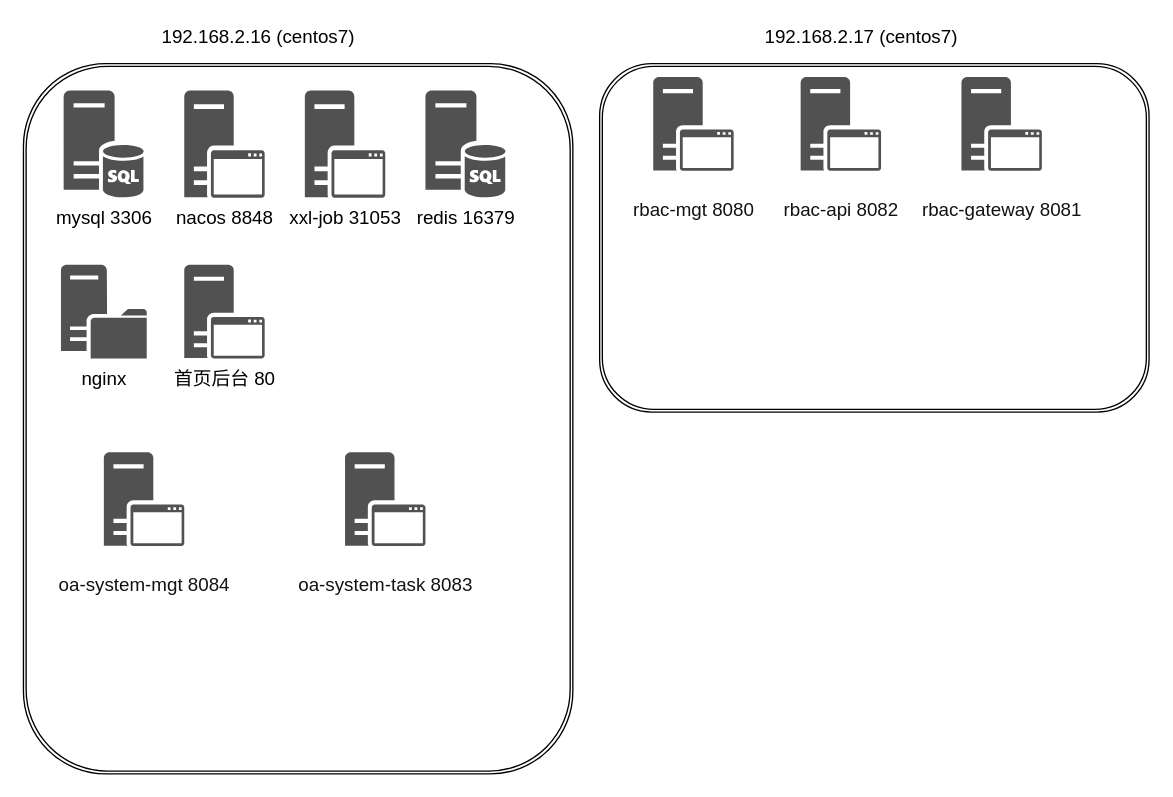
a2398936046/test keeps this draw.io diagram as 服务器部署情况.drawio. Above is the earlier version. Source tidied: cells renumbered, new cells numbered last; positions are measured from the earlier drawing's top-left corner, leaving out a move shared by most shapes. Both pictures are drawn from the tidied source at 134%, with x=0, y=0 at pixel (23, 23).
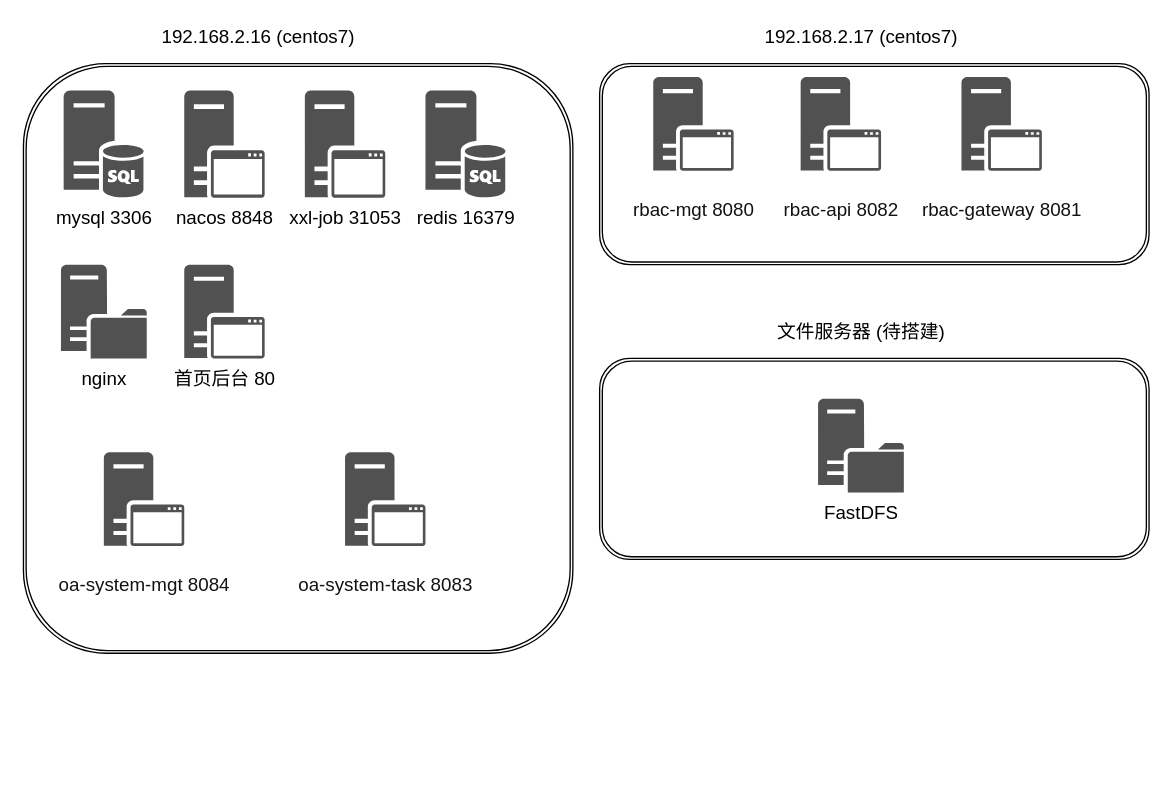
Above is the later version.

Commit message:
更新服务器部署情况.drawio

The edit, as a diff of the source:
```diff
@@
 <mxGraphModel>
   <root>
     <mxCell id="0" />
     <mxCell id="1" parent="0" />
     <mxCell id="2" style="shape=ext;double=1;rounded=1;whiteSpace=wrap;html=1;" parent="1" vertex="1">
-      <mxGeometry y="30" width="410" height="530" as="geometry" />
+      <mxGeometry y="30" width="410" height="440" as="geometry" />
     </mxCell>
     <mxCell id="3" value="&lt;font style=&quot;font-size: 14px;&quot;&gt;192.168.2.16 (centos7)&lt;/font&gt;" style="text;html=1;align=center;verticalAlign=middle;strokeColor=none;fillColor=none;" parent="1" vertex="1">
       <mxGeometry x="95" width="160" height="20" as="geometry" />
     </mxCell>
     <mxCell id="4" value="&lt;font style=&quot;font-size: 14px;&quot;&gt;mysql 3306&lt;/font&gt;" style="sketch=0;shadow=0;dashed=0;html=1;strokeColor=none;labelPosition=center;verticalLabelPosition=bottom;verticalAlign=top;align=center;fillColor=#515151;shape=mxgraph.mscae.system_center.central_administration_site_sql;" parent="1" vertex="1">
       <mxGeometry x="30" y="50" width="60" height="80" as="geometry" />
     </mxCell>
     <mxCell id="5" value="nacos&amp;nbsp;8848" style="sketch=0;shadow=0;dashed=0;html=1;strokeColor=none;labelPosition=center;verticalLabelPosition=bottom;verticalAlign=top;align=center;fillColor=#515151;shape=mxgraph.mscae.system_center.secondary_site;fontSize=14;" parent="1" vertex="1">
       <mxGeometry x="120" y="50" width="60" height="80" as="geometry" />
     </mxCell>
     <mxCell id="6" value="xxl-job&amp;nbsp;31053" style="sketch=0;shadow=0;dashed=0;html=1;strokeColor=none;labelPosition=center;verticalLabelPosition=bottom;verticalAlign=top;align=center;fillColor=#515151;shape=mxgraph.mscae.system_center.secondary_site;fontSize=14;" parent="1" vertex="1">
       <mxGeometry x="210" y="50" width="60" height="80" as="geometry" />
     </mxCell>
     <mxCell id="7" value="&lt;font style=&quot;font-size: 14px;&quot;&gt;redis 16379&lt;/font&gt;" style="sketch=0;shadow=0;dashed=0;html=1;strokeColor=none;labelPosition=center;verticalLabelPosition=bottom;verticalAlign=top;align=center;fillColor=#515151;shape=mxgraph.mscae.system_center.central_administration_site_sql;" parent="1" vertex="1">
       <mxGeometry x="300" y="50" width="60" height="80" as="geometry" />
     </mxCell>
     <mxCell id="8" value="nginx" style="sketch=0;shadow=0;dashed=0;html=1;strokeColor=none;labelPosition=center;verticalLabelPosition=bottom;verticalAlign=top;align=center;fillColor=#515151;shape=mxgraph.mscae.system_center.distribution_point;fontSize=14;" parent="1" vertex="1">
       <mxGeometry x="28" y="180" width="64" height="70" as="geometry" />
     </mxCell>
     <mxCell id="9" value="首页后台 80" style="sketch=0;shadow=0;dashed=0;html=1;strokeColor=none;labelPosition=center;verticalLabelPosition=bottom;verticalAlign=top;align=center;fillColor=#515151;shape=mxgraph.mscae.system_center.secondary_site;fontSize=14;" parent="1" vertex="1">
       <mxGeometry x="120" y="180" width="60" height="70" as="geometry" />
     </mxCell>
     <mxCell id="10" style="shape=ext;double=1;rounded=1;whiteSpace=wrap;html=1;" parent="1" vertex="1">
-      <mxGeometry x="430" y="30" width="410" height="260" as="geometry" />
+      <mxGeometry x="430" y="30" width="410" height="150" as="geometry" />
     </mxCell>
     <mxCell id="11" value="192.168.2.17 (centos7)" style="text;html=1;align=center;verticalAlign=middle;strokeColor=none;fillColor=none;fontSize=14;" parent="1" vertex="1">
       <mxGeometry x="545" width="160" height="20" as="geometry" />
     </mxCell>
     <mxCell id="12" value="&lt;p class=&quot;MsoNormal&quot;&gt;&lt;span style=&quot;font-family: 微软雅黑; color: rgb(18, 18, 18); letter-spacing: 0pt; background: rgb(255, 255, 255);&quot;&gt;&lt;font style=&quot;font-size: 14px;&quot; face=&quot;微软雅黑&quot;&gt;rbac-mgt 8080&lt;/font&gt;&lt;/span&gt;&lt;/p&gt;" style="sketch=0;shadow=0;dashed=0;html=1;strokeColor=none;labelPosition=center;verticalLabelPosition=bottom;verticalAlign=top;align=center;fillColor=#515151;shape=mxgraph.mscae.system_center.secondary_site;fontSize=14;" parent="1" vertex="1">
       <mxGeometry x="470" y="40" width="60" height="70" as="geometry" />
     </mxCell>
     <mxCell id="13" value="&lt;p class=&quot;MsoNormal&quot;&gt;&lt;span style=&quot;font-family: 微软雅黑; color: rgb(18, 18, 18); letter-spacing: 0pt; background: rgb(255, 255, 255);&quot;&gt;&lt;font style=&quot;font-size: 14px;&quot; face=&quot;微软雅黑&quot;&gt;rbac-api 8082&lt;/font&gt;&lt;/span&gt;&lt;/p&gt;" style="sketch=0;shadow=0;dashed=0;html=1;strokeColor=none;labelPosition=center;verticalLabelPosition=bottom;verticalAlign=top;align=center;fillColor=#515151;shape=mxgraph.mscae.system_center.secondary_site;fontSize=14;" parent="1" vertex="1">
       <mxGeometry x="580" y="40" width="60" height="70" as="geometry" />
     </mxCell>
     <mxCell id="14" value="&lt;p class=&quot;MsoNormal&quot;&gt;&lt;span style=&quot;font-family: 微软雅黑; color: rgb(18, 18, 18); letter-spacing: 0pt; background: rgb(255, 255, 255);&quot;&gt;&lt;font style=&quot;font-size: 14px;&quot; face=&quot;微软雅黑&quot;&gt;rbac-gateway 8081&lt;/font&gt;&lt;/span&gt;&lt;/p&gt;" style="sketch=0;shadow=0;dashed=0;html=1;strokeColor=none;labelPosition=center;verticalLabelPosition=bottom;verticalAlign=top;align=center;fillColor=#515151;shape=mxgraph.mscae.system_center.secondary_site;fontSize=14;" parent="1" vertex="1">
       <mxGeometry x="700" y="40" width="60" height="70" as="geometry" />
     </mxCell>
     <mxCell id="15" value="&lt;p class=&quot;MsoNormal&quot;&gt;&lt;span style=&quot;font-family: 微软雅黑; color: rgb(18, 18, 18); letter-spacing: 0pt; background: rgb(255, 255, 255);&quot;&gt;&lt;font style=&quot;font-size: 14px;&quot; face=&quot;微软雅黑&quot;&gt;oa-system-mgt 8084&lt;/font&gt;&lt;/span&gt;&lt;/p&gt;" style="sketch=0;shadow=0;dashed=0;html=1;strokeColor=none;labelPosition=center;verticalLabelPosition=bottom;verticalAlign=top;align=center;fillColor=#515151;shape=mxgraph.mscae.system_center.secondary_site;fontSize=14;" parent="1" vertex="1">
       <mxGeometry x="60" y="320" width="60" height="70" as="geometry" />
     </mxCell>
     <mxCell id="16" value="&lt;p class=&quot;MsoNormal&quot;&gt;&lt;span style=&quot;font-family: 微软雅黑; color: rgb(18, 18, 18); letter-spacing: 0pt; background: rgb(255, 255, 255);&quot;&gt;&lt;font style=&quot;font-size: 14px;&quot; face=&quot;微软雅黑&quot;&gt;oa-system-task 8083&lt;/font&gt;&lt;/span&gt;&lt;/p&gt;" style="sketch=0;shadow=0;dashed=0;html=1;strokeColor=none;labelPosition=center;verticalLabelPosition=bottom;verticalAlign=top;align=center;fillColor=#515151;shape=mxgraph.mscae.system_center.secondary_site;fontSize=14;" parent="1" vertex="1">
       <mxGeometry x="240" y="320" width="60" height="70" as="geometry" />
     </mxCell>
+    <mxCell id="17" style="shape=ext;double=1;rounded=1;whiteSpace=wrap;html=1;" parent="1" vertex="1">
+      <mxGeometry x="430" y="250" width="410" height="150" as="geometry" />
+    </mxCell>
+    <mxCell id="18" value="&lt;font style=&quot;font-size: 14px;&quot;&gt;文件服务器 (待搭建)&lt;/font&gt;" style="text;html=1;align=center;verticalAlign=middle;strokeColor=none;fillColor=none;" parent="1" vertex="1">
+      <mxGeometry x="555" y="220" width="140" height="20" as="geometry" />
+    </mxCell>
+    <mxCell id="19" value="FastDFS" style="sketch=0;shadow=0;dashed=0;html=1;strokeColor=none;labelPosition=center;verticalLabelPosition=bottom;verticalAlign=top;align=center;fillColor=#515151;shape=mxgraph.mscae.system_center.distribution_point;fontSize=14;" parent="1" vertex="1">
+      <mxGeometry x="593" y="280" width="64" height="70" as="geometry" />
+    </mxCell>
   </root>
 </mxGraphModel>
```
